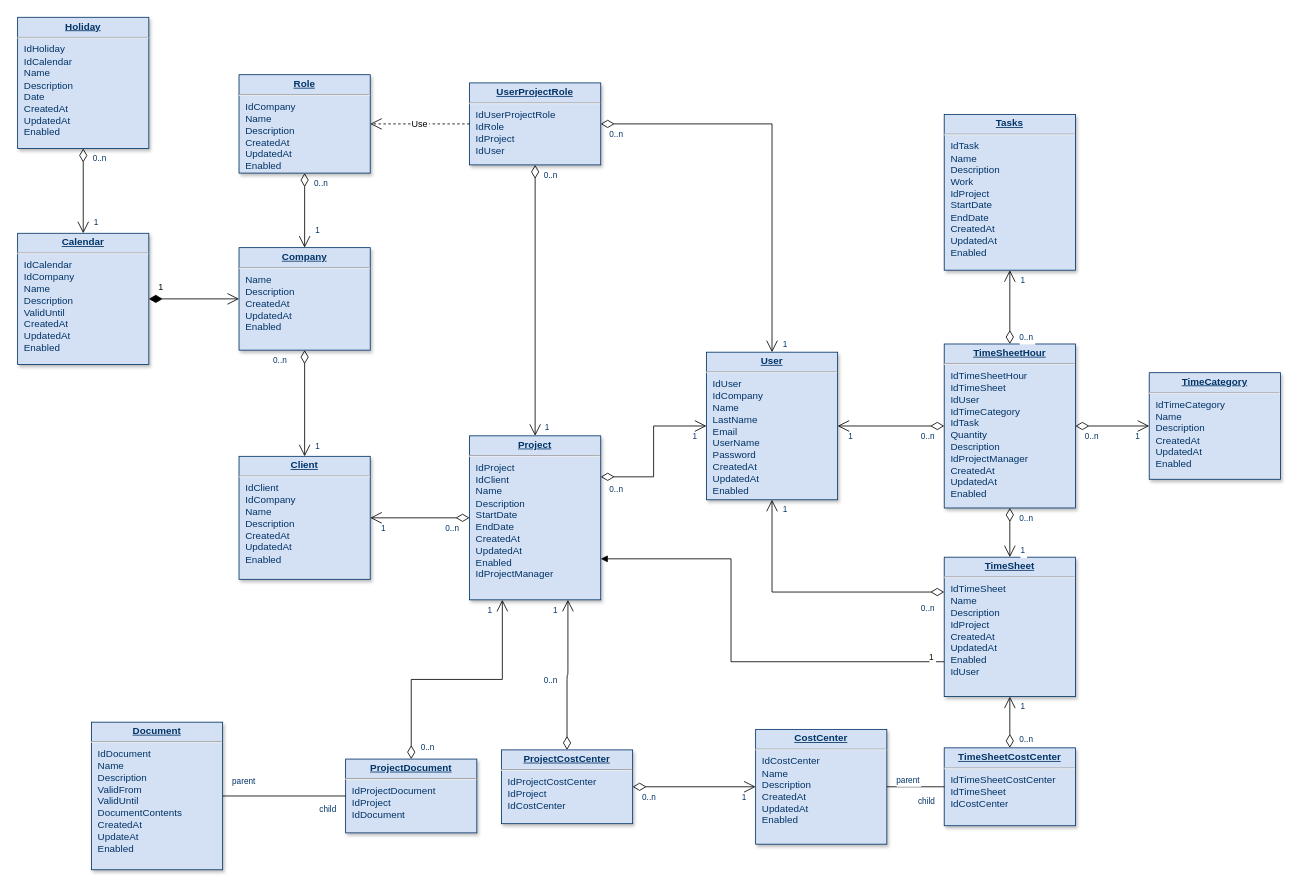
This is Untitled Diagram.drawio from oleggd/test, a draw.io file, before an edit. Source tidied: cells renumbered, new cells numbered last; positions are measured from the earlier drawing's top-left corner, leaving out a move shared by most shapes. Both pictures are drawn from the tidied source at 82%, with x=0, y=0 at pixel (17, 17).
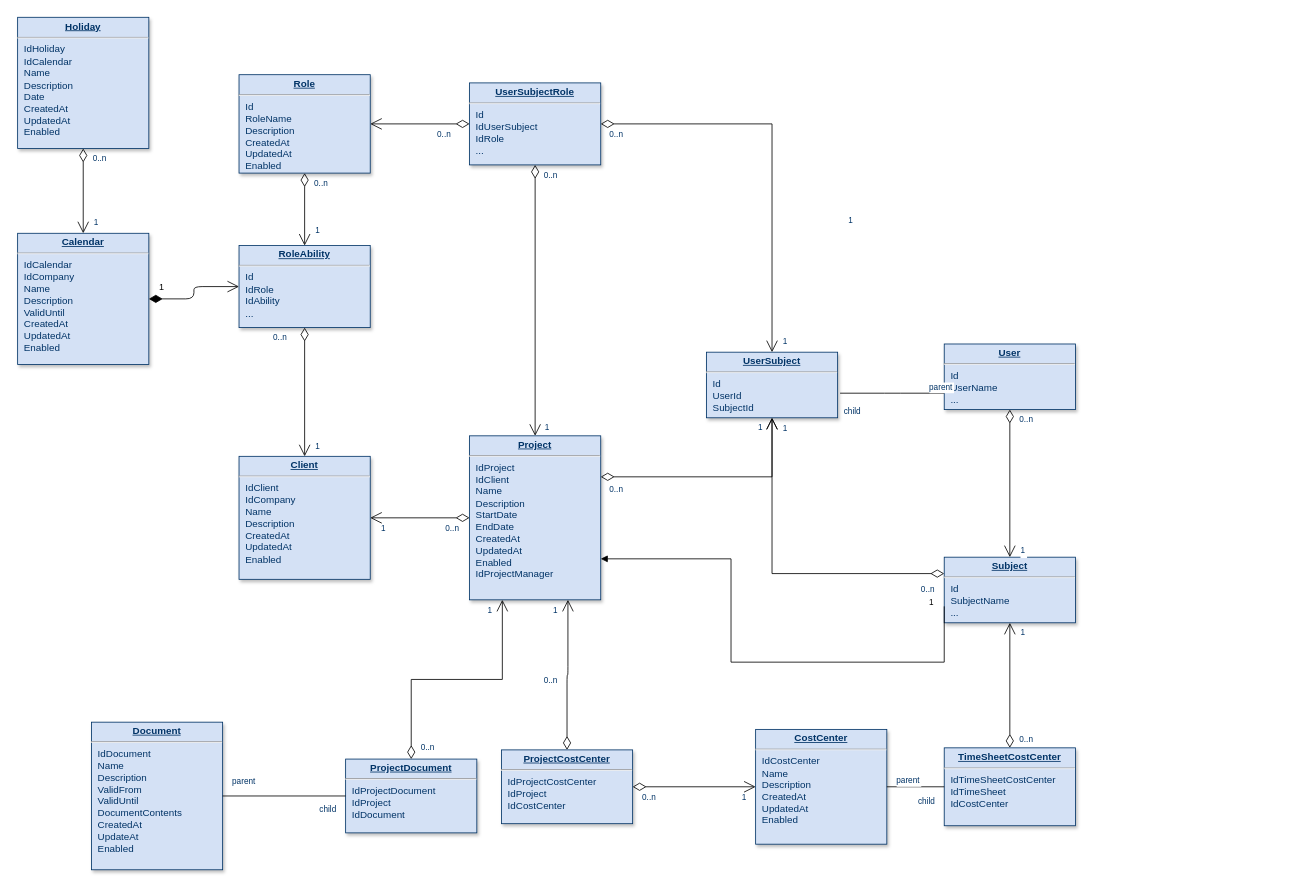
The same page after the edit.

Change to the diagram source:
```diff
@@
-    <mxCell id="2" value="&lt;p style=&quot;margin: 0px; margin-top: 4px; text-align: center; text-decoration: underline;&quot;&gt;&lt;strong&gt;Role&lt;/strong&gt;&lt;/p&gt;&lt;hr /&gt;&lt;p style=&quot;margin: 0px; margin-left: 8px;&quot;&gt;IdCompany&lt;br /&gt;Name&lt;/p&gt;&lt;p style=&quot;margin: 0px; margin-left: 8px;&quot;&gt;Description&lt;/p&gt;&lt;p style=&quot;margin: 0px; margin-left: 8px;&quot;&gt;CreatedAt&lt;/p&gt;&lt;p style=&quot;margin: 0px; margin-left: 8px;&quot;&gt;UpdatedAt&lt;/p&gt;&lt;p style=&quot;margin: 0px; margin-left: 8px;&quot;&gt;Enabled&lt;/p&gt;" style="verticalAlign=top;align=left;overflow=fill;fontSize=12;fontFamily=Helvetica;html=1;strokeColor=#003366;shadow=1;fillColor=#D4E1F5;fontColor=#003366;" parent="1" vertex="1">
+    <mxCell id="2" value="&lt;p style=&quot;margin: 0px ; margin-top: 4px ; text-align: center ; text-decoration: underline&quot;&gt;&lt;strong&gt;Role&lt;/strong&gt;&lt;/p&gt;&lt;hr&gt;&lt;p style=&quot;margin: 0px ; margin-left: 8px&quot;&gt;Id&lt;br&gt;RoleName&lt;/p&gt;&lt;p style=&quot;margin: 0px ; margin-left: 8px&quot;&gt;Description&lt;/p&gt;&lt;p style=&quot;margin: 0px ; margin-left: 8px&quot;&gt;CreatedAt&lt;/p&gt;&lt;p style=&quot;margin: 0px ; margin-left: 8px&quot;&gt;UpdatedAt&lt;/p&gt;&lt;p style=&quot;margin: 0px ; margin-left: 8px&quot;&gt;Enabled&lt;/p&gt;" style="verticalAlign=top;align=left;overflow=fill;fontSize=12;fontFamily=Helvetica;html=1;strokeColor=#003366;shadow=1;fillColor=#D4E1F5;fontColor=#003366;" parent="1" vertex="1">
       <mxGeometry x="270" y="69.6" width="160" height="120" as="geometry" />
     </mxCell>
-    <mxCell id="3" value="&lt;p style=&quot;margin: 0px; margin-top: 4px; text-align: center; text-decoration: underline;&quot;&gt;&lt;strong&gt;Company&lt;/strong&gt;&lt;/p&gt;&lt;hr /&gt;&lt;p style=&quot;margin: 0px; margin-left: 8px;&quot;&gt;Name&lt;/p&gt;&lt;p style=&quot;margin: 0px; margin-left: 8px;&quot;&gt;Description&lt;/p&gt;&lt;p style=&quot;margin: 0px; margin-left: 8px;&quot;&gt;CreatedAt&lt;/p&gt;&lt;p style=&quot;margin: 0px; margin-left: 8px;&quot;&gt;UpdatedAt&lt;/p&gt;&lt;p style=&quot;margin: 0px; margin-left: 8px;&quot;&gt;Enabled&lt;/p&gt;" style="verticalAlign=top;align=left;overflow=fill;fontSize=12;fontFamily=Helvetica;html=1;strokeColor=#003366;shadow=1;fillColor=#D4E1F5;fontColor=#003366;" parent="1" vertex="1">
-      <mxGeometry x="270" y="280.5" width="160" height="125" as="geometry" />
+    <mxCell id="3" value="&lt;p style=&quot;margin: 0px ; margin-top: 4px ; text-align: center ; text-decoration: underline&quot;&gt;&lt;strong&gt;RoleAbility&lt;/strong&gt;&lt;/p&gt;&lt;hr&gt;&lt;p style=&quot;margin: 0px ; margin-left: 8px&quot;&gt;Id&lt;/p&gt;&lt;p style=&quot;margin: 0px ; margin-left: 8px&quot;&gt;IdRole&lt;/p&gt;&lt;p style=&quot;margin: 0px ; margin-left: 8px&quot;&gt;IdAbility&lt;/p&gt;&lt;p style=&quot;margin: 0px ; margin-left: 8px&quot;&gt;...&lt;/p&gt;" style="verticalAlign=top;align=left;overflow=fill;fontSize=12;fontFamily=Helvetica;html=1;strokeColor=#003366;shadow=1;fillColor=#D4E1F5;fontColor=#003366;" parent="1" vertex="1">
+      <mxGeometry x="270" y="278" width="160" height="100" as="geometry" />
     </mxCell>
@@
-    <mxCell id="5" value="&lt;p style=&quot;margin: 0px; margin-top: 4px; text-align: center; text-decoration: underline;&quot;&gt;&lt;strong&gt;User&lt;/strong&gt;&lt;/p&gt;&lt;hr /&gt;&lt;p style=&quot;margin: 0px; margin-left: 8px;&quot;&gt;IdUser&lt;/p&gt;&lt;p style=&quot;margin: 0px; margin-left: 8px;&quot;&gt;IdCompany&lt;/p&gt;&lt;p style=&quot;margin: 0px; margin-left: 8px;&quot;&gt;Name&lt;/p&gt;&lt;p style=&quot;margin: 0px; margin-left: 8px;&quot;&gt;LastName&lt;/p&gt;&lt;p style=&quot;margin: 0px; margin-left: 8px;&quot;&gt;Email&lt;/p&gt;&lt;p style=&quot;margin: 0px; margin-left: 8px;&quot;&gt;UserName&lt;/p&gt;&lt;p style=&quot;margin: 0px; margin-left: 8px;&quot;&gt;Password&lt;/p&gt;&lt;p style=&quot;margin: 0px; margin-left: 8px;&quot;&gt;CreatedAt&lt;/p&gt;&lt;p style=&quot;margin: 0px; margin-left: 8px;&quot;&gt;UpdatedAt&lt;/p&gt;&lt;p style=&quot;margin: 0px; margin-left: 8px;&quot;&gt;Enabled&lt;/p&gt;" style="verticalAlign=top;align=left;overflow=fill;fontSize=12;fontFamily=Helvetica;html=1;strokeColor=#003366;shadow=1;fillColor=#D4E1F5;fontColor=#003366;" parent="1" vertex="1">
-      <mxGeometry x="840" y="408" width="160" height="180" as="geometry" />
+    <mxCell id="5" value="&lt;p style=&quot;margin: 0px ; margin-top: 4px ; text-align: center ; text-decoration: underline&quot;&gt;&lt;strong&gt;UserSubject&lt;/strong&gt;&lt;/p&gt;&lt;hr&gt;&lt;p style=&quot;margin: 0px ; margin-left: 8px&quot;&gt;Id&lt;/p&gt;&lt;p style=&quot;margin: 0px ; margin-left: 8px&quot;&gt;UserId&lt;/p&gt;&lt;p style=&quot;margin: 0px ; margin-left: 8px&quot;&gt;SubjectId&lt;/p&gt;" style="verticalAlign=top;align=left;overflow=fill;fontSize=12;fontFamily=Helvetica;html=1;strokeColor=#003366;shadow=1;fillColor=#D4E1F5;fontColor=#003366;" parent="1" vertex="1">
+      <mxGeometry x="840" y="408" width="160" height="80" as="geometry" />
     </mxCell>
-    <mxCell id="6" value="&lt;p style=&quot;margin: 0px; margin-top: 4px; text-align: center; text-decoration: underline;&quot;&gt;&lt;strong&gt;UserProjectRole&lt;/strong&gt;&lt;/p&gt;&lt;hr /&gt;&lt;p style=&quot;margin: 0px; margin-left: 8px;&quot;&gt;IdUserProjectRole&lt;/p&gt;&lt;p style=&quot;margin: 0px; margin-left: 8px;&quot;&gt;IdRole&lt;/p&gt;&lt;p style=&quot;margin: 0px; margin-left: 8px;&quot;&gt;IdProject&lt;/p&gt;&lt;p style=&quot;margin: 0px; margin-left: 8px;&quot;&gt;IdUser&lt;/p&gt;" style="verticalAlign=top;align=left;overflow=fill;fontSize=12;fontFamily=Helvetica;html=1;strokeColor=#003366;shadow=1;fillColor=#D4E1F5;fontColor=#003366;" parent="1" vertex="1">
+    <mxCell id="6" value="&lt;p style=&quot;margin: 0px ; margin-top: 4px ; text-align: center ; text-decoration: underline&quot;&gt;&lt;strong&gt;UserSubjectRole&lt;/strong&gt;&lt;/p&gt;&lt;hr&gt;&lt;p style=&quot;margin: 0px ; margin-left: 8px&quot;&gt;Id&lt;/p&gt;&lt;p style=&quot;margin: 0px ; margin-left: 8px&quot;&gt;IdUserSubject&lt;/p&gt;&lt;p style=&quot;margin: 0px ; margin-left: 8px&quot;&gt;IdRole&lt;/p&gt;&lt;p style=&quot;margin: 0px ; margin-left: 8px&quot;&gt;...&lt;/p&gt;" style="verticalAlign=top;align=left;overflow=fill;fontSize=12;fontFamily=Helvetica;html=1;strokeColor=#003366;shadow=1;fillColor=#D4E1F5;fontColor=#003366;" parent="1" vertex="1">
       <mxGeometry x="551.1" y="79.6" width="160" height="100" as="geometry" />
     </mxCell>
@@
-    <mxCell id="9" value="&lt;p style=&quot;margin: 0px; margin-top: 4px; text-align: center; text-decoration: underline;&quot;&gt;&lt;strong&gt;TimeSheet&lt;/strong&gt;&lt;/p&gt;&lt;hr /&gt;&lt;p style=&quot;margin: 0px; margin-left: 8px;&quot;&gt;IdTimeSheet&lt;/p&gt;&lt;p style=&quot;margin: 0px; margin-left: 8px;&quot;&gt;Name&lt;/p&gt;&lt;p style=&quot;margin: 0px; margin-left: 8px;&quot;&gt;Description&lt;/p&gt;&lt;p style=&quot;margin: 0px; margin-left: 8px;&quot;&gt;IdProject&lt;/p&gt;&lt;p style=&quot;margin: 0px; margin-left: 8px;&quot;&gt;CreatedAt&lt;/p&gt;&lt;p style=&quot;margin: 0px; margin-left: 8px;&quot;&gt;UpdatedAt&lt;/p&gt;&lt;p style=&quot;margin: 0px; margin-left: 8px;&quot;&gt;Enabled&lt;/p&gt;&lt;p style=&quot;margin: 0px; margin-left: 8px;&quot;&gt;IdUser&lt;/p&gt;" style="verticalAlign=top;align=left;overflow=fill;fontSize=12;fontFamily=Helvetica;html=1;strokeColor=#003366;shadow=1;fillColor=#D4E1F5;fontColor=#003366;" parent="1" vertex="1">
-      <mxGeometry x="1130" y="658" width="160" height="170" as="geometry" />
+    <mxCell id="9" value="&lt;p style=&quot;margin: 0px ; margin-top: 4px ; text-align: center ; text-decoration: underline&quot;&gt;&lt;strong&gt;Subject&lt;/strong&gt;&lt;/p&gt;&lt;hr&gt;&lt;p style=&quot;margin: 0px ; margin-left: 8px&quot;&gt;Id&lt;/p&gt;&lt;p style=&quot;margin: 0px ; margin-left: 8px&quot;&gt;SubjectName&lt;/p&gt;&lt;p style=&quot;margin: 0px ; margin-left: 8px&quot;&gt;...&lt;/p&gt;" style="verticalAlign=top;align=left;overflow=fill;fontSize=12;fontFamily=Helvetica;html=1;strokeColor=#003366;shadow=1;fillColor=#D4E1F5;fontColor=#003366;" parent="1" vertex="1">
+      <mxGeometry x="1130" y="658" width="160" height="80" as="geometry" />
     </mxCell>
-    <mxCell id="10" value="&lt;p style=&quot;margin: 0px; margin-top: 4px; text-align: center; text-decoration: underline;&quot;&gt;&lt;strong&gt;TimeSheetHour&lt;/strong&gt;&lt;/p&gt;&lt;hr /&gt;&lt;p style=&quot;margin: 0px; margin-left: 8px;&quot;&gt;IdTimeSheetHour&lt;br /&gt;IdTimeSheet&lt;/p&gt;&lt;p style=&quot;margin: 0px; margin-left: 8px;&quot;&gt;IdUser&lt;/p&gt;&lt;p style=&quot;margin: 0px; margin-left: 8px;&quot;&gt;IdTimeCategory&lt;/p&gt;&lt;p style=&quot;margin: 0px; margin-left: 8px;&quot;&gt;IdTask&lt;/p&gt;&lt;p style=&quot;margin: 0px; margin-left: 8px;&quot;&gt;Quantity&lt;/p&gt;&lt;p style=&quot;margin: 0px; margin-left: 8px;&quot;&gt;Description&lt;/p&gt;&lt;p style=&quot;margin: 0px; margin-left: 8px;&quot;&gt;IdProjectManager&lt;/p&gt;&lt;p style=&quot;margin: 0px; margin-left: 8px;&quot;&gt;CreatedAt&lt;/p&gt;&lt;p style=&quot;margin: 0px; margin-left: 8px;&quot;&gt;UpdatedAt&lt;/p&gt;&lt;p style=&quot;margin: 0px; margin-left: 8px;&quot;&gt;Enabled&lt;/p&gt;" style="verticalAlign=top;align=left;overflow=fill;fontSize=12;fontFamily=Helvetica;html=1;strokeColor=#003366;shadow=1;fillColor=#D4E1F5;fontColor=#003366;" parent="1" vertex="1">
-      <mxGeometry x="1130" y="398" width="160" height="200" as="geometry" />
+    <mxCell id="10" value="&lt;p style=&quot;margin: 0px ; margin-top: 4px ; text-align: center ; text-decoration: underline&quot;&gt;&lt;strong&gt;User&lt;/strong&gt;&lt;/p&gt;&lt;hr&gt;&lt;p style=&quot;margin: 0px ; margin-left: 8px&quot;&gt;Id&lt;br&gt;UserName&lt;/p&gt;&lt;p style=&quot;margin: 0px ; margin-left: 8px&quot;&gt;...&lt;br&gt;&lt;/p&gt;" style="verticalAlign=top;align=left;overflow=fill;fontSize=12;fontFamily=Helvetica;html=1;strokeColor=#003366;shadow=1;fillColor=#D4E1F5;fontColor=#003366;" parent="1" vertex="1">
+      <mxGeometry x="1130" y="398" width="160" height="80" as="geometry" />
     </mxCell>
@@
-    <mxCell id="13" value="&lt;p style=&quot;margin: 0px; margin-top: 4px; text-align: center; text-decoration: underline;&quot;&gt;&lt;strong&gt;TimeCategory&lt;/strong&gt;&lt;/p&gt;&lt;hr /&gt;&lt;p style=&quot;margin: 0px; margin-left: 8px;&quot;&gt;IdTimeCategory&lt;/p&gt;&lt;p style=&quot;margin: 0px; margin-left: 8px;&quot;&gt;Name&lt;/p&gt;&lt;p style=&quot;margin: 0px; margin-left: 8px;&quot;&gt;Description&lt;/p&gt;&lt;p style=&quot;margin: 0px; margin-left: 8px;&quot;&gt;CreatedAt&lt;/p&gt;&lt;p style=&quot;margin: 0px; margin-left: 8px;&quot;&gt;UpdatedAt&lt;/p&gt;&lt;p style=&quot;margin: 0px; margin-left: 8px;&quot;&gt;Enabled&lt;/p&gt;" style="verticalAlign=top;align=left;overflow=fill;fontSize=12;fontFamily=Helvetica;html=1;strokeColor=#003366;shadow=1;fillColor=#D4E1F5;fontColor=#003366;" parent="1" vertex="1">
-      <mxGeometry x="1380" y="433" width="160" height="130" as="geometry" />
-    </mxCell>
@@
-    <mxCell id="18" value="&lt;p style=&quot;margin: 0px; margin-top: 4px; text-align: center; text-decoration: underline;&quot;&gt;&lt;strong&gt;Tasks&lt;/strong&gt;&lt;/p&gt;&lt;hr /&gt;&lt;p style=&quot;margin: 0px; margin-left: 8px;&quot;&gt;IdTask&lt;/p&gt;&lt;p style=&quot;margin: 0px; margin-left: 8px;&quot;&gt;Name&lt;/p&gt;&lt;p style=&quot;margin: 0px; margin-left: 8px;&quot;&gt;Description&lt;/p&gt;&lt;p style=&quot;margin: 0px; margin-left: 8px;&quot;&gt;Work&lt;/p&gt;&lt;p style=&quot;margin: 0px; margin-left: 8px;&quot;&gt;IdProject&lt;/p&gt;&lt;p style=&quot;margin: 0px; margin-left: 8px;&quot;&gt;StartDate&lt;/p&gt;&lt;p style=&quot;margin: 0px; margin-left: 8px;&quot;&gt;EndDate&lt;/p&gt;&lt;p style=&quot;margin: 0px; margin-left: 8px;&quot;&gt;CreatedAt&lt;/p&gt;&lt;p style=&quot;margin: 0px; margin-left: 8px;&quot;&gt;UpdatedAt&lt;/p&gt;&lt;p style=&quot;margin: 0px; margin-left: 8px;&quot;&gt;Enabled&lt;/p&gt;" style="verticalAlign=top;align=left;overflow=fill;fontSize=12;fontFamily=Helvetica;html=1;strokeColor=#003366;shadow=1;fillColor=#D4E1F5;fontColor=#003366;" parent="1" vertex="1">
-      <mxGeometry x="1130" y="118" width="160" height="190" as="geometry" />
-    </mxCell>
@@
-    <mxCell id="49" style="endArrow=open;endSize=12;startArrow=diamondThin;startSize=14;startFill=0;edgeStyle=orthogonalEdgeStyle;" parent="1" edge="1" source="10" target="13">
-      <mxGeometry x="1309.4" y="540" as="geometry" />
-    </mxCell>
-    <mxCell id="50" value="0..n" style="align=left;verticalAlign=top;labelBackgroundColor=#ffffff;fontSize=10;strokeColor=#003366;shadow=1;fillColor=#D4E1F5;fontColor=#003366;" parent="49" vertex="1">
-      <mxGeometry x="-1" relative="1" as="geometry">
-        <mxPoint x="10" as="offset" />
-      </mxGeometry>
-    </mxCell>
-    <mxCell id="51" value="1" style="align=right;verticalAlign=top;labelBackgroundColor=#ffffff;fontSize=10;strokeColor=#003366;shadow=1;fillColor=#D4E1F5;fontColor=#003366;" parent="49" vertex="1">
-      <mxGeometry x="1" relative="1" as="geometry">
-        <mxPoint x="-10" as="offset" />
-      </mxGeometry>
-    </mxCell>
-    <mxCell id="52" style="endArrow=open;endSize=12;startArrow=diamondThin;startSize=14;startFill=0;edgeStyle=orthogonalEdgeStyle;" parent="1" edge="1" source="10" target="18">
-      <mxGeometry x="1119.4" y="540" as="geometry" />
-    </mxCell>
-    <mxCell id="53" value="0..n" style="align=left;verticalAlign=top;labelBackgroundColor=#ffffff;fontSize=10;strokeColor=#003366;shadow=1;fillColor=#D4E1F5;fontColor=#003366;" parent="52" vertex="1">
-      <mxGeometry x="-1" relative="1" as="geometry">
-        <mxPoint x="10" y="-20" as="offset" />
-      </mxGeometry>
-    </mxCell>
-    <mxCell id="54" value="1" style="align=right;verticalAlign=top;labelBackgroundColor=#ffffff;fontSize=10;strokeColor=#003366;shadow=1;fillColor=#D4E1F5;fontColor=#003366;" parent="52" vertex="1">
-      <mxGeometry x="1" relative="1" as="geometry">
-        <mxPoint x="20" as="offset" />
-      </mxGeometry>
-    </mxCell>
-    <mxCell id="55" style="endArrow=open;endSize=12;startArrow=diamondThin;startSize=14;startFill=0;edgeStyle=orthogonalEdgeStyle;" parent="1" edge="1" source="10" target="5">
-      <mxGeometry x="1389.4" y="130" as="geometry" />
-    </mxCell>
-    <mxCell id="56" value="0..n" style="align=left;verticalAlign=top;labelBackgroundColor=#ffffff;fontSize=10;strokeColor=#003366;shadow=1;fillColor=#D4E1F5;fontColor=#003366;" parent="55" vertex="1">
-      <mxGeometry x="-1" relative="1" as="geometry">
-        <mxPoint x="-30" as="offset" />
-      </mxGeometry>
-    </mxCell>
-    <mxCell id="57" value="1" style="align=right;verticalAlign=top;labelBackgroundColor=#ffffff;fontSize=10;strokeColor=#003366;shadow=1;fillColor=#D4E1F5;fontColor=#003366;" parent="55" vertex="1">
-      <mxGeometry x="1" relative="1" as="geometry">
-        <mxPoint x="20" as="offset" />
-      </mxGeometry>
-    </mxCell>
@@
-    <mxCell id="67" value="Use" style="endArrow=open;endSize=12;dashed=1;" parent="1" edge="1" source="6" target="2">
-      <mxGeometry x="430" y="50" as="geometry" />
-    </mxCell>
@@
+    <mxCell id="77" style="endArrow=none;edgeStyle=orthogonalEdgeStyle;entryX=0;entryY=0.75;entryDx=0;entryDy=0;exitX=0;exitY=0.75;exitDx=0;exitDy=0;" parent="1" edge="1" source="10">
+      <mxGeometry x="880" y="492.5" as="geometry">
+        <mxPoint x="1003" y="458" as="targetPoint" />
+      </mxGeometry>
+    </mxCell>
+    <mxCell id="78" value="parent" style="align=left;verticalAlign=bottom;labelBackgroundColor=#ffffff;fontSize=10;strokeColor=#003366;shadow=1;fillColor=#D4E1F5;fontColor=#003366;" parent="77" vertex="1">
+      <mxGeometry x="-1" relative="1" as="geometry">
+        <mxPoint x="-20" as="offset" />
+      </mxGeometry>
+    </mxCell>
+    <mxCell id="79" value="child" style="align=right;verticalAlign=bottom;labelBackgroundColor=#ffffff;fontSize=10;strokeColor=#003366;shadow=1;fillColor=#D4E1F5;fontColor=#003366;" parent="77" vertex="1">
+      <mxGeometry x="1" relative="1" as="geometry">
+        <mxPoint x="27" y="30" as="offset" />
+      </mxGeometry>
+    </mxCell>
+    <mxCell id="67" style="endArrow=open;endSize=12;startArrow=diamondThin;startSize=14;startFill=0;edgeStyle=orthogonalEdgeStyle;exitX=0;exitY=0.5;exitDx=0;exitDy=0;entryX=1;entryY=0.5;entryDx=0;entryDy=0;" parent="1" edge="1" source="6" target="2">
+      <mxGeometry x="120" y="128.4" as="geometry" />
+    </mxCell>
+    <mxCell id="80" value="0..n" style="align=left;verticalAlign=top;labelBackgroundColor=#ffffff;fontSize=10;strokeColor=#003366;shadow=1;fillColor=#D4E1F5;fontColor=#003366;" parent="67" vertex="1">
+      <mxGeometry x="-1" relative="1" as="geometry">
+        <mxPoint x="-41.1" as="offset" />
+      </mxGeometry>
+    </mxCell>
+    <mxCell id="81" value="1" style="align=right;verticalAlign=top;labelBackgroundColor=#ffffff;fontSize=10;strokeColor=#003366;shadow=1;fillColor=#D4E1F5;fontColor=#003366;" parent="67" vertex="1">
+      <mxGeometry x="1" relative="1" as="geometry">
+        <mxPoint x="590" y="105" as="offset" />
+      </mxGeometry>
+    </mxCell>
```
